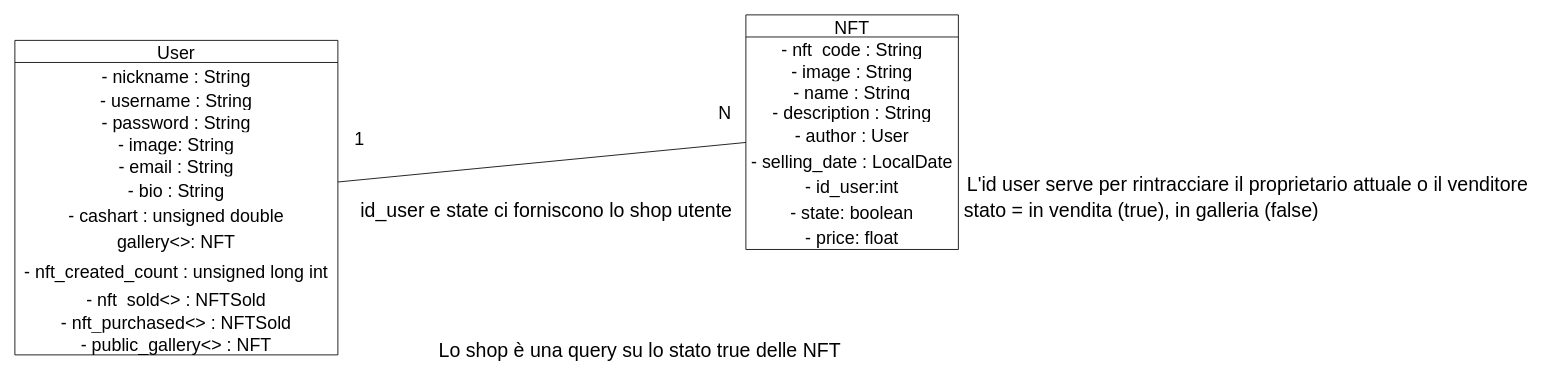
Earlier version of the draw.io diagram Documentazione/ServerDB.drawio (Pietroalex/Compravendita_NFT). Source tidied: cells renumbered, new cells numbered last; positions are measured from the earlier drawing's top-left corner, leaving out a move shared by most shapes. Both pictures are drawn from the tidied source at 85%, with x=0, y=0 at pixel (14, 14).
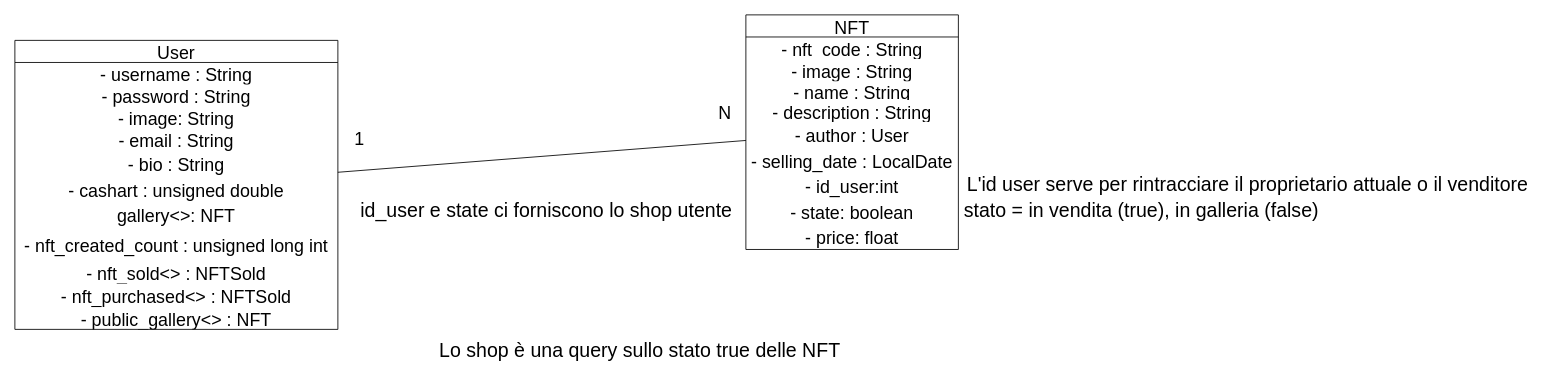
The same diagram, later.

Change to the diagram source:
```diff
@@
     <mxCell id="2" value="User" style="swimlane;fontStyle=0;horizontal=1;startSize=26;fillColor=none;fontSize=21;labelPosition=center;verticalLabelPosition=middle;align=center;verticalAlign=middle;swimlaneLine=1;glass=0;rounded=0;shadow=0;sketch=0;spacing=2;" parent="1" vertex="1">
-      <mxGeometry y="30" width="380" height="370" as="geometry" />
+      <mxGeometry y="30" width="380" height="340" as="geometry" />
     </mxCell>
-    <mxCell id="3" value="- nickname : String" style="text;strokeColor=none;fillColor=none;spacingLeft=4;spacingRight=4;overflow=hidden;fontSize=21;labelPosition=center;verticalLabelPosition=middle;align=center;verticalAlign=middle;swimlaneLine=1;glass=0;rounded=0;shadow=0;sketch=0;spacing=2;" parent="2" vertex="1">
-      <mxGeometry y="26" width="380" height="30" as="geometry" />
-    </mxCell>
     <mxCell id="4" value="- username : String" style="text;strokeColor=none;fillColor=none;align=center;verticalAlign=middle;spacingLeft=4;spacingRight=4;overflow=hidden;fontSize=21;labelPosition=center;verticalLabelPosition=middle;swimlaneLine=1;glass=0;rounded=0;shadow=0;sketch=0;spacing=2;" parent="2" vertex="1">
-      <mxGeometry y="56" width="380" height="26" as="geometry" />
+      <mxGeometry y="26" width="380" height="26" as="geometry" />
     </mxCell>
     <mxCell id="5" value="- password : String" style="text;strokeColor=none;fillColor=none;align=center;verticalAlign=middle;spacingLeft=4;spacingRight=4;overflow=hidden;fontSize=21;labelPosition=center;verticalLabelPosition=middle;swimlaneLine=1;glass=0;rounded=0;shadow=0;sketch=0;spacing=2;" parent="2" vertex="1">
-      <mxGeometry y="82" width="380" height="26" as="geometry" />
+      <mxGeometry y="52" width="380" height="26" as="geometry" />
     </mxCell>
     <mxCell id="6" value="- image: String" style="text;strokeColor=none;fillColor=none;align=center;verticalAlign=middle;spacingLeft=4;spacingRight=4;overflow=hidden;fontSize=21;labelPosition=center;verticalLabelPosition=middle;swimlaneLine=1;glass=0;rounded=0;shadow=0;sketch=0;spacing=2;" parent="2" vertex="1">
-      <mxGeometry y="108" width="380" height="26" as="geometry" />
+      <mxGeometry y="78" width="380" height="26" as="geometry" />
     </mxCell>
     <mxCell id="7" value="- email : String" style="text;strokeColor=none;fillColor=none;spacingLeft=4;spacingRight=4;overflow=hidden;fontSize=21;labelPosition=center;verticalLabelPosition=middle;align=center;verticalAlign=middle;swimlaneLine=1;glass=0;rounded=0;shadow=0;sketch=0;spacing=2;" parent="2" vertex="1">
-      <mxGeometry y="134" width="380" height="26" as="geometry" />
+      <mxGeometry y="104" width="380" height="26" as="geometry" />
     </mxCell>
     <mxCell id="8" value="- bio : String" style="text;strokeColor=none;fillColor=none;spacingLeft=4;spacingRight=4;overflow=hidden;fontSize=21;labelPosition=center;verticalLabelPosition=middle;align=center;verticalAlign=middle;swimlaneLine=1;glass=0;rounded=0;shadow=0;sketch=0;spacing=2;" parent="2" vertex="1">
-      <mxGeometry y="160" width="380" height="30" as="geometry" />
+      <mxGeometry y="130" width="380" height="30" as="geometry" />
     </mxCell>
     <mxCell id="9" value="- cashart : unsigned double" style="text;strokeColor=none;fillColor=none;spacingLeft=4;spacingRight=4;overflow=hidden;fontSize=21;labelPosition=center;verticalLabelPosition=middle;align=center;verticalAlign=middle;swimlaneLine=1;glass=0;rounded=0;shadow=0;sketch=0;spacing=2;" parent="2" vertex="1">
-      <mxGeometry y="190" width="380" height="30" as="geometry" />
+      <mxGeometry y="160" width="380" height="30" as="geometry" />
     </mxCell>
     <mxCell id="10" value="gallery&lt;&gt;: NFT" style="text;strokeColor=none;fillColor=none;spacingLeft=4;spacingRight=4;overflow=hidden;fontSize=21;labelPosition=center;verticalLabelPosition=middle;align=center;verticalAlign=middle;swimlaneLine=1;glass=0;rounded=0;shadow=0;sketch=0;spacing=2;" parent="2" vertex="1">
-      <mxGeometry y="220" width="380" height="30" as="geometry" />
+      <mxGeometry y="190" width="380" height="30" as="geometry" />
     </mxCell>
     <mxCell id="11" value="- nft_created_count : unsigned long int" style="text;strokeColor=none;fillColor=none;spacingLeft=4;spacingRight=4;overflow=hidden;fontSize=21;labelPosition=center;verticalLabelPosition=middle;align=center;verticalAlign=middle;swimlaneLine=1;glass=0;rounded=0;shadow=0;sketch=0;spacing=2;" parent="2" vertex="1">
-      <mxGeometry y="250" width="380" height="40" as="geometry" />
+      <mxGeometry y="220" width="380" height="40" as="geometry" />
     </mxCell>
     <mxCell id="12" value="- nft_sold&lt;&gt; : NFTSold" style="text;strokeColor=none;fillColor=none;align=center;verticalAlign=middle;spacingLeft=4;spacingRight=4;overflow=hidden;fontSize=21;labelPosition=center;verticalLabelPosition=middle;swimlaneLine=1;glass=0;rounded=0;shadow=0;sketch=0;spacing=2;" parent="2" vertex="1">
-      <mxGeometry y="290" width="380" height="26" as="geometry" />
+      <mxGeometry y="260" width="380" height="26" as="geometry" />
     </mxCell>
     <mxCell id="13" value="- nft_purchased&lt;&gt; : NFTSold" style="text;strokeColor=none;fillColor=none;align=center;verticalAlign=middle;spacingLeft=4;spacingRight=4;overflow=hidden;fontSize=21;labelPosition=center;verticalLabelPosition=middle;swimlaneLine=1;glass=0;rounded=0;shadow=0;sketch=0;spacing=2;" parent="2" vertex="1">
-      <mxGeometry y="316" width="380" height="28" as="geometry" />
+      <mxGeometry y="286" width="380" height="28" as="geometry" />
     </mxCell>
     <mxCell id="14" value="- public_gallery&lt;&gt; : NFT" style="text;strokeColor=none;fillColor=none;align=center;verticalAlign=middle;spacingLeft=4;spacingRight=4;overflow=hidden;fontSize=21;labelPosition=center;verticalLabelPosition=middle;swimlaneLine=1;glass=0;rounded=0;shadow=0;sketch=0;spacing=2;" parent="2" vertex="1">
-      <mxGeometry y="344" width="380" height="26" as="geometry" />
+      <mxGeometry y="314" width="380" height="26" as="geometry" />
     </mxCell>
@@
-    <mxCell id="28" value="Lo shop è una query su lo stato true delle NFT" style="text;html=1;align=center;verticalAlign=middle;strokeColor=none;fillColor=none;fontSize=23;" parent="1" vertex="1">
-      <mxGeometry x="490" y="380" width="490" height="30" as="geometry" />
+    <mxCell id="28" value="Lo shop è una query sullo stato true delle NFT" style="text;html=1;align=center;verticalAlign=middle;strokeColor=none;fillColor=none;fontSize=23;" parent="1" vertex="1">
+      <mxGeometry x="515" y="380" width="440" height="30" as="geometry" />
     </mxCell>
```
